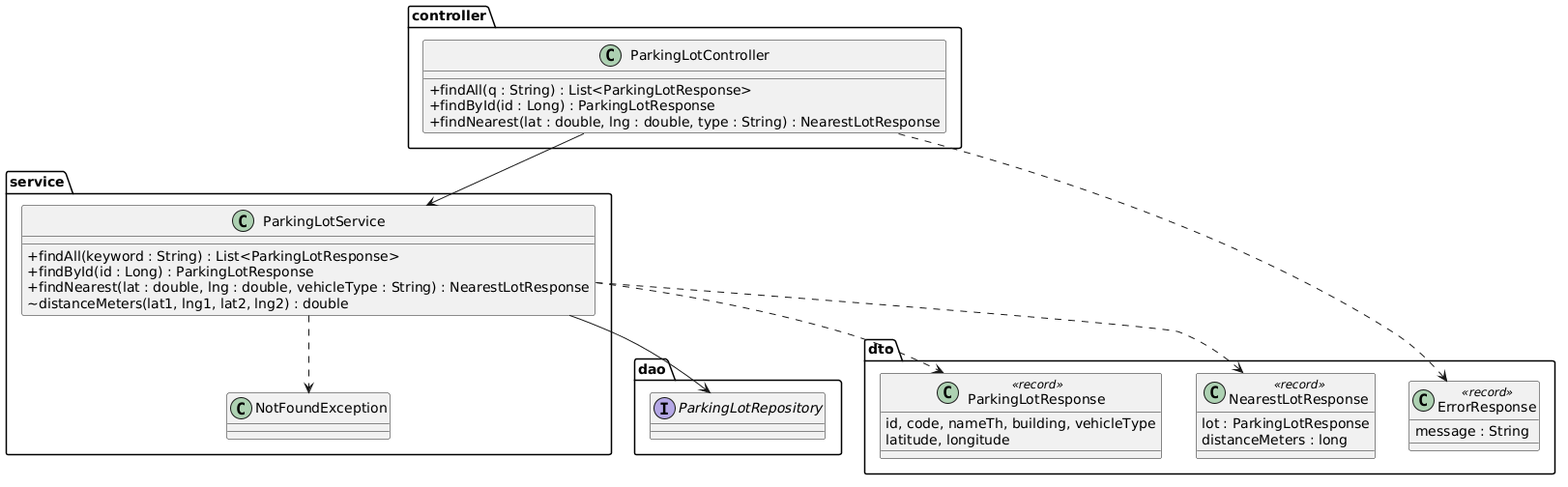
ashrofvitheekul/cs261_650001_group6 keeps this PlantUML diagram as docs/design/class-diagram-api.png. Above is the earlier version.
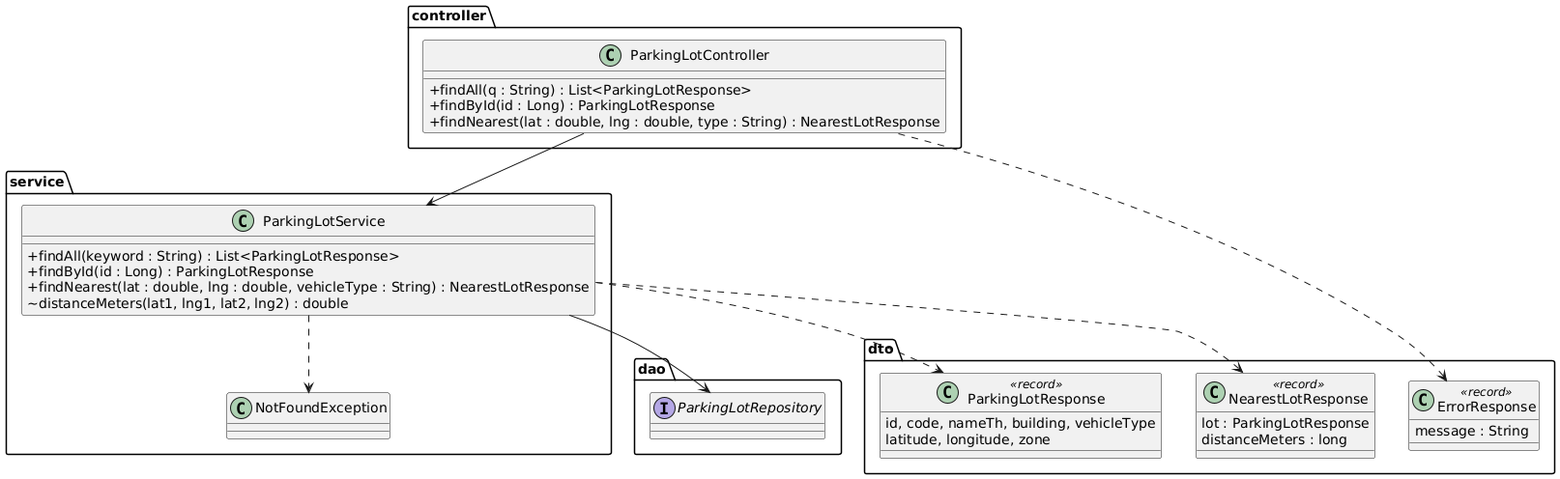
After the change.

What changed in the source:
```diff
@@ -17,9 +17,9 @@
   class NotFoundException
 }
 package dto {
-  class ParkingLotResponse <<record>> {
+class ParkingLotResponse <<record>> {
     id, code, nameTh, building, vehicleType
-    latitude, longitude
+    latitude, longitude, zone
   }
   class NearestLotResponse <<record>> {
     lot : ParkingLotResponse
```
